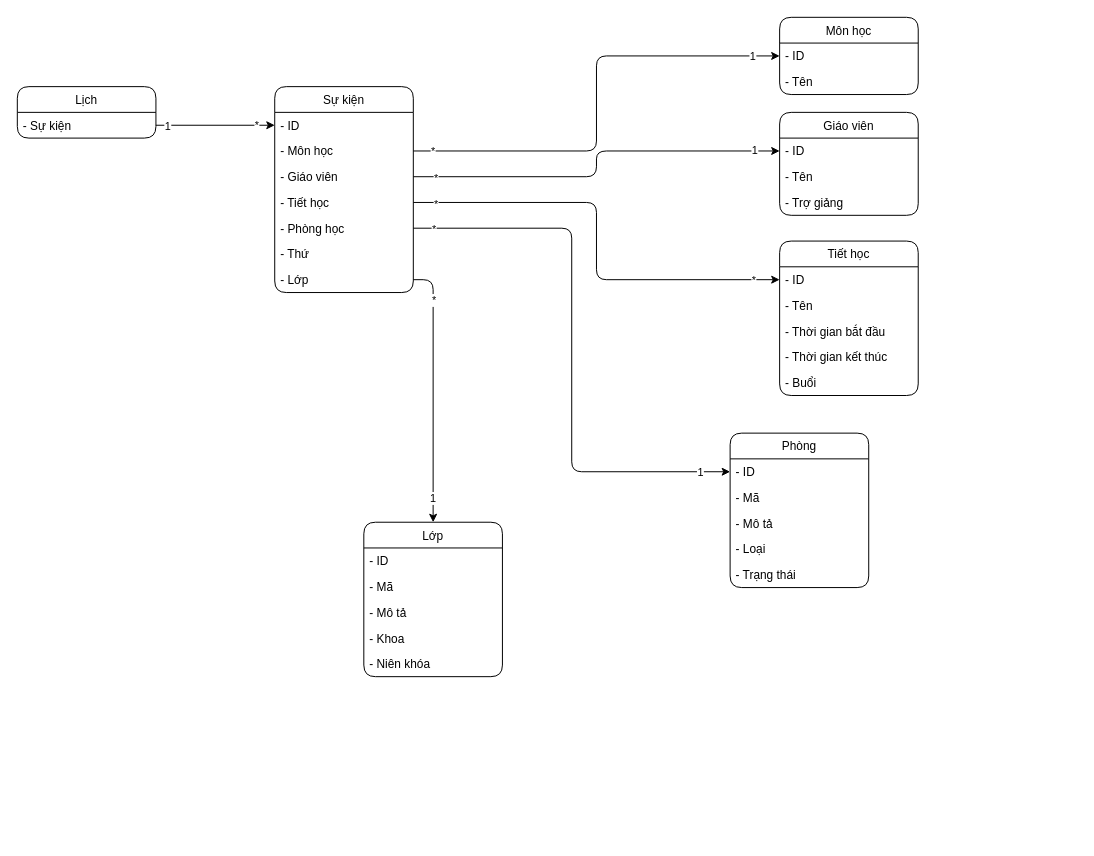
thuongtrant/diagram keeps this draw.io diagram as TKB.drawio. Above is the earlier version. Source tidied: cells renumbered, new cells numbered last; positions are measured from the earlier drawing's top-left corner, leaving out a move shared by most shapes. Both pictures are drawn from the tidied source at 99%, with x=0, y=0 at pixel (17, 17).
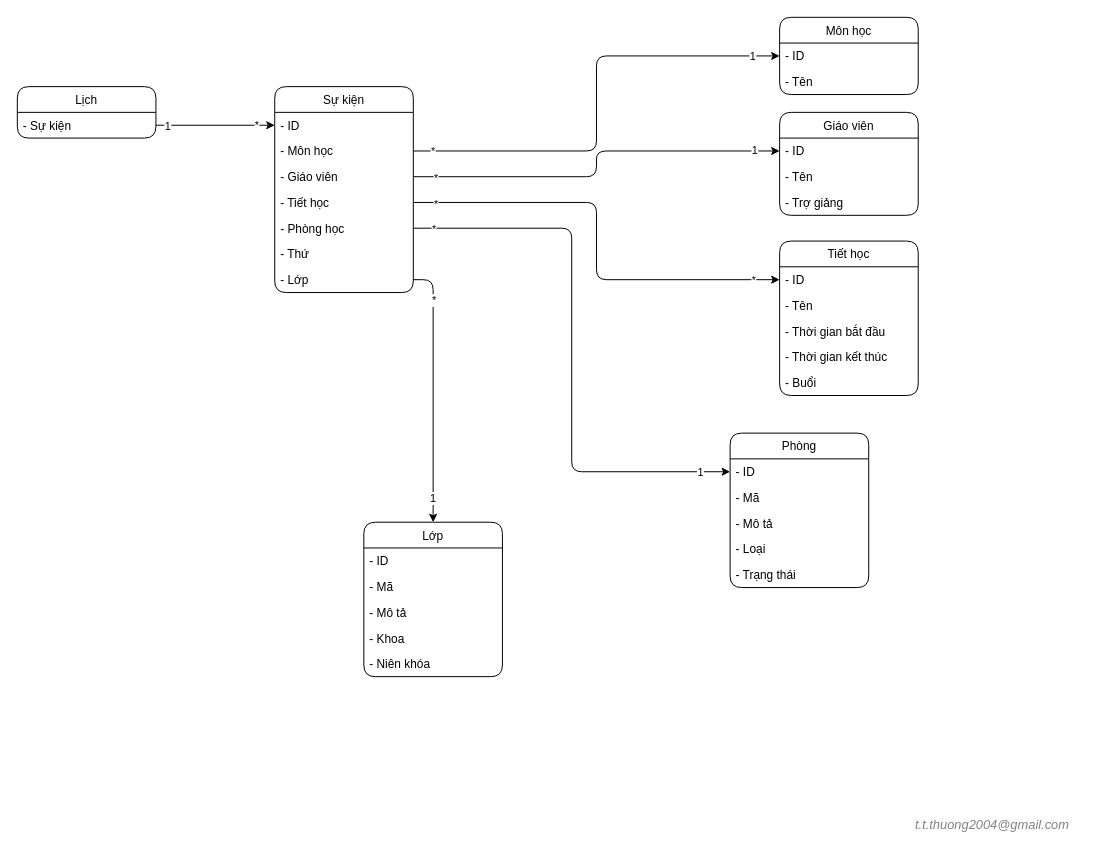
The same page after the edit.

Diff of the diagram source:
```diff
@@
+    <mxCell id="55" value="t.t.thuong2004@gmail.com" style="text;html=1;strokeColor=none;fillColor=none;align=center;verticalAlign=middle;whiteSpace=wrap;rounded=0;fontStyle=2;strokeWidth=1;fontSize=13;fontColor=#808080;" parent="1" vertex="1">
+      <mxGeometry x="900" y="800" width="170" height="30" as="geometry" />
+    </mxCell>
```
